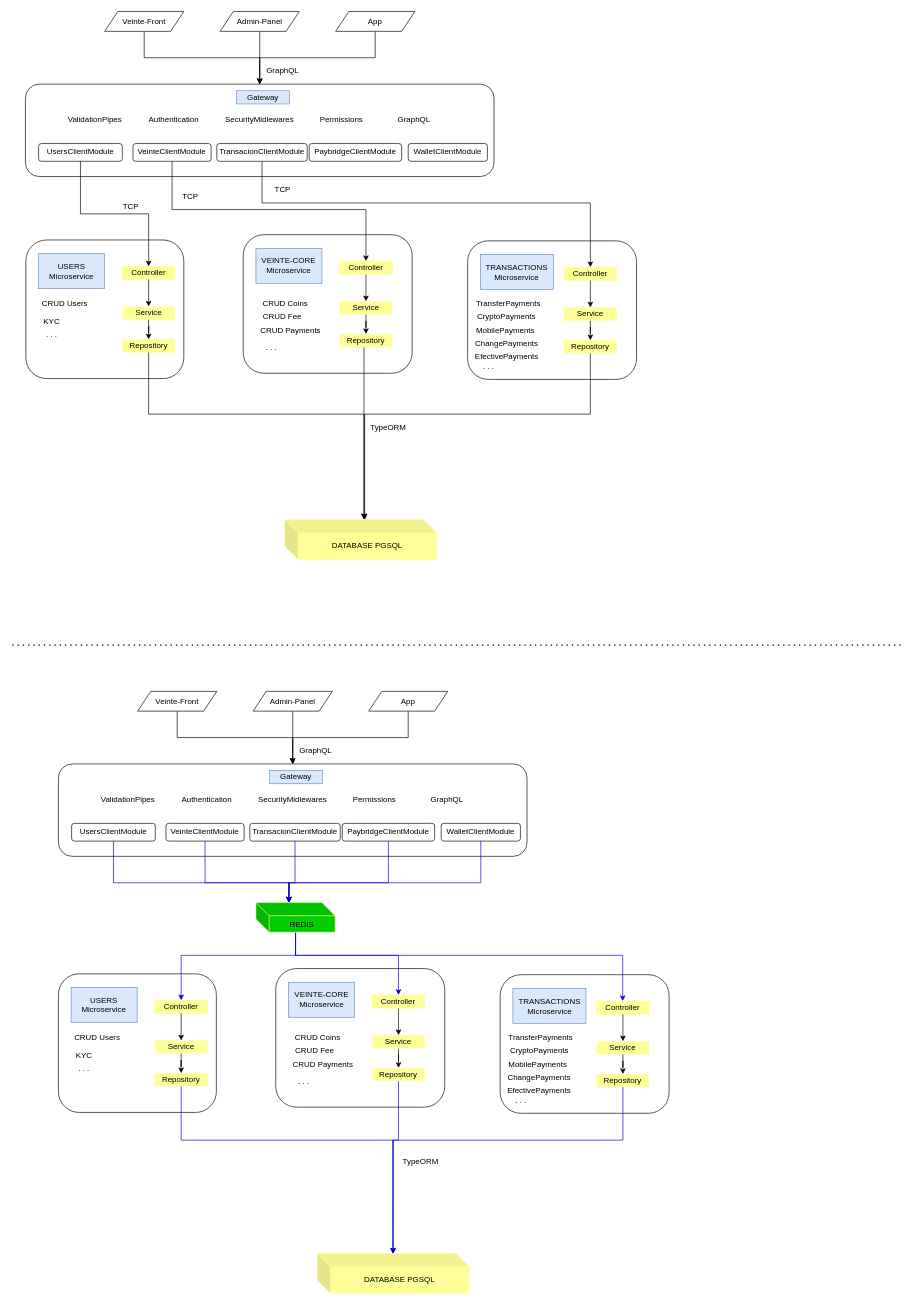
Earlier version of the draw.io diagram CoreService.drawio (rafaelgamezdiaz/diagrams). Source tidied: cells renumbered, new cells numbered last; positions are measured from the earlier drawing's top-left corner, leaving out a move shared by most shapes. Both pictures are drawn from the tidied source at 66%, with x=0, y=0 at pixel (12, 11).
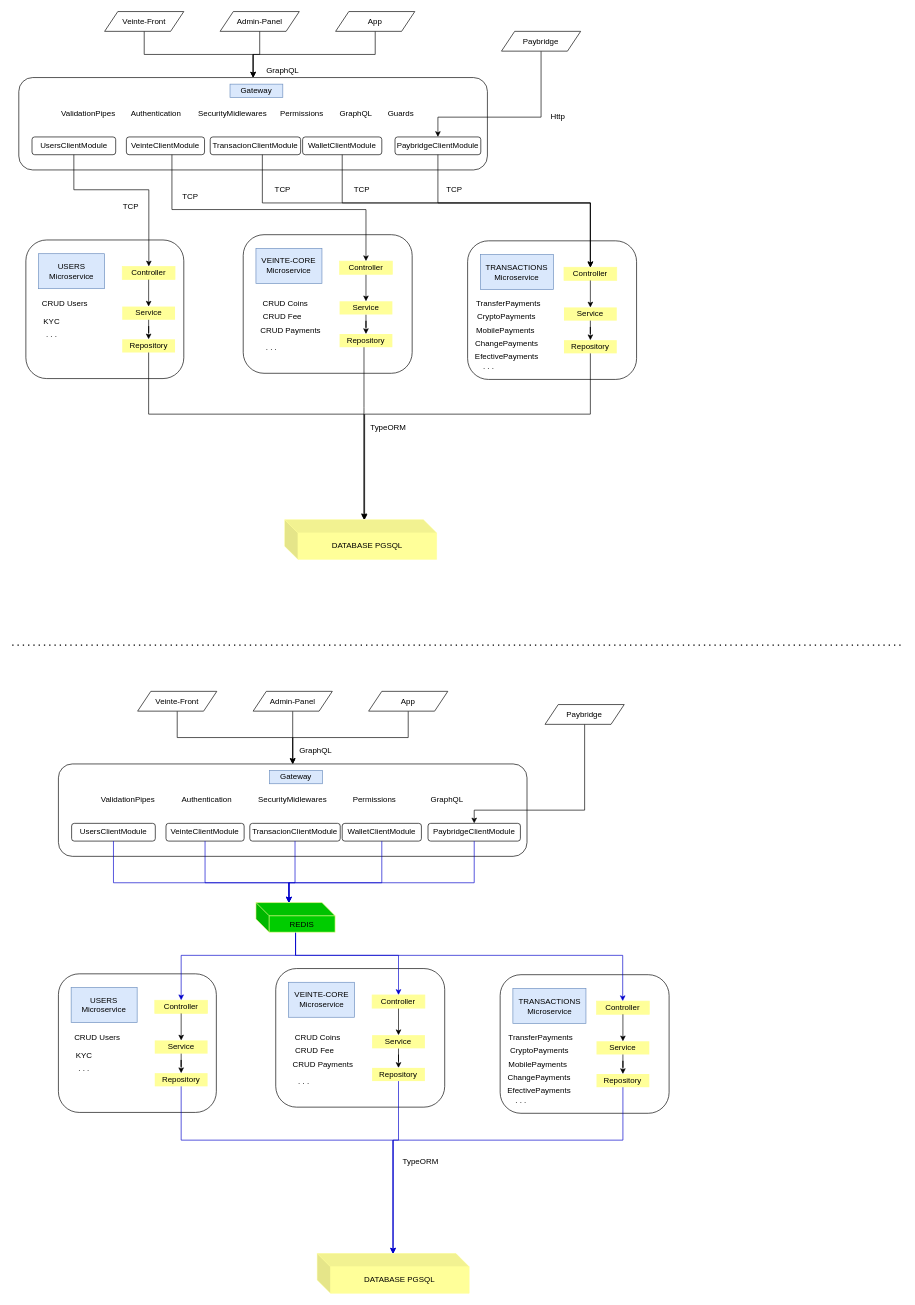
Above is the later version.

Unchanged cells that the change refers to:
```xml
<mxCell id="10" value="UsersClientModule" style="rounded=1;whiteSpace=wrap;html=1;" parent="3" vertex="1">
  <mxGeometry x="20" y="90" width="126.8" height="26.9" as="geometry" />
</mxCell>
<mxCell id="28" value="Controller" style="text;html=1;strokeColor=#FFFF99;fillColor=#FFFF99;align=center;verticalAlign=middle;whiteSpace=wrap;rounded=0;" parent="1" vertex="1">
  <mxGeometry x="166.7" y="386.1" width="80" height="20" as="geometry" />
</mxCell>
<mxCell id="54" value="Controller" style="text;html=1;strokeColor=#FFFF99;fillColor=#FFFF99;align=center;verticalAlign=middle;whiteSpace=wrap;rounded=0;" parent="1" vertex="1">
  <mxGeometry x="836" y="387.4" width="80" height="20" as="geometry" />
</mxCell>
<mxCell id="72" style="group;" parent="1" vertex="1">
  <mxGeometry x="70" y="1140" width="710" height="170" as="geometry" />
</mxCell>
<mxCell id="135" value="REDIS" style="shape=cube;whiteSpace=wrap;html=1;boundedLbl=1;backgroundOutline=1;darkOpacity=0.05;darkOpacity2=0.1;strokeColor=#FFFF99;fillColor=#00CC00;" parent="1" vertex="1">
  <mxGeometry x="369.3" y="1350" width="120" height="45" as="geometry" />
</mxCell>
```

Diff of the diagram source:
```diff
@@
     <mxCell id="3" style="group;" parent="1" vertex="1">
-      <mxGeometry x="20" y="110" width="710" height="170" as="geometry" />
+      <mxGeometry x="10" y="100" width="710" height="180" as="geometry" />
     </mxCell>
@@
     <mxCell id="7" value="Permissions" style="text;html=1;strokeColor=none;fillColor=none;align=center;verticalAlign=middle;whiteSpace=wrap;rounded=0;" parent="3" vertex="1">
-      <mxGeometry x="440" y="44.4" width="78.3" height="20" as="geometry" />
+      <mxGeometry x="390" y="44.4" width="78.3" height="20" as="geometry" />
     </mxCell>
     <mxCell id="8" value="Authentication" style="text;html=1;strokeColor=none;fillColor=none;align=center;verticalAlign=middle;whiteSpace=wrap;rounded=0;" parent="3" vertex="1">
-      <mxGeometry x="180" y="44.4" width="90" height="20" as="geometry" />
+      <mxGeometry x="163" y="44.4" width="90" height="20" as="geometry" />
     </mxCell>
     <mxCell id="9" value="SecurityMidlewares" style="text;html=1;strokeColor=none;fillColor=none;align=center;verticalAlign=middle;whiteSpace=wrap;rounded=0;" parent="3" vertex="1">
-      <mxGeometry x="295" y="44.4" width="120" height="20" as="geometry" />
+      <mxGeometry x="264" y="44.4" width="120" height="20" as="geometry" />
     </mxCell>
@@
     <mxCell id="12" value="PaybridgeClientModule" style="rounded=1;whiteSpace=wrap;html=1;" parent="3" vertex="1">
-      <mxGeometry x="430" y="90" width="140" height="26.9" as="geometry" />
+      <mxGeometry x="570" y="90" width="130" height="26.9" as="geometry" />
     </mxCell>
     <mxCell id="13" value="WalletClientModule" style="rounded=1;whiteSpace=wrap;html=1;" parent="3" vertex="1">
-      <mxGeometry x="580" y="90" width="120" height="26.9" as="geometry" />
+      <mxGeometry x="430" y="90" width="120" height="26.9" as="geometry" />
     </mxCell>
     <mxCell id="14" value="GraphQL" style="text;html=1;strokeColor=none;fillColor=none;align=center;verticalAlign=middle;whiteSpace=wrap;rounded=0;" parent="3" vertex="1">
-      <mxGeometry x="550" y="44.4" width="78.3" height="20" as="geometry" />
+      <mxGeometry x="471.7" y="44.4" width="78.3" height="20" as="geometry" />
     </mxCell>
@@
-    <mxCell id="16" value="TCP" style="text;html=1;strokeColor=none;fillColor=none;align=center;verticalAlign=middle;whiteSpace=wrap;rounded=0;" parent="3" vertex="1">
-      <mxGeometry x="370" y="150" width="40" height="20" as="geometry" />
-    </mxCell>
+    <mxCell id="144" value="Guards" style="text;html=1;strokeColor=none;fillColor=none;align=center;verticalAlign=middle;whiteSpace=wrap;rounded=0;" parent="3" vertex="1">
+      <mxGeometry x="540" y="44.4" width="78.3" height="20" as="geometry" />
+    </mxCell>
+    <mxCell id="145" value="TCP" style="text;html=1;strokeColor=none;fillColor=none;align=center;verticalAlign=middle;whiteSpace=wrap;rounded=0;" parent="3" vertex="1">
+      <mxGeometry x="380" y="160" width="40" height="20" as="geometry" />
+    </mxCell>
+    <mxCell id="146" value="TCP" style="text;html=1;strokeColor=none;fillColor=none;align=center;verticalAlign=middle;whiteSpace=wrap;rounded=0;" parent="3" vertex="1">
+      <mxGeometry x="500" y="160" width="40" height="20" as="geometry" />
+    </mxCell>
@@
     <mxCell id="32" style="edgeStyle=orthogonalEdgeStyle;rounded=0;jettySize=auto;html=1;" parent="1" edge="1" source="10" target="28">
-      <mxGeometry relative="1" as="geometry" />
+      <mxGeometry relative="1" as="geometry">
+        <Array as="points">
+          <mxPoint x="93" y="270" />
+          <mxPoint x="207" y="270" />
+        </Array>
+      </mxGeometry>
     </mxCell>
@@
     <mxCell id="81" value="PaybridgeClientModule" style="rounded=1;whiteSpace=wrap;html=1;" parent="72" vertex="1">
-      <mxGeometry x="430" y="90" width="140" height="26.9" as="geometry" />
+      <mxGeometry x="560" y="90" width="140" height="26.9" as="geometry" />
     </mxCell>
     <mxCell id="82" value="WalletClientModule" style="rounded=1;whiteSpace=wrap;html=1;" parent="72" vertex="1">
-      <mxGeometry x="580" y="90" width="120" height="26.9" as="geometry" />
+      <mxGeometry x="430" y="90" width="120" height="26.9" as="geometry" />
     </mxCell>
@@
     <mxCell id="139" style="edgeStyle=orthogonalEdgeStyle;rounded=0;jettySize=auto;html=1;entryX=0;entryY=0;entryDx=50;entryDy=0;entryPerimeter=0;strokeColor=#0000CC;fillColor=#0000CC;" parent="1" edge="1" source="81" target="135">
       <mxGeometry relative="1" as="geometry">
         <Array as="points">
-          <mxPoint x="570" y="1320" />
+          <mxPoint x="700" y="1320" />
           <mxPoint x="419" y="1320" />
         </Array>
       </mxGeometry>
     </mxCell>
     <mxCell id="140" style="edgeStyle=orthogonalEdgeStyle;rounded=0;jettySize=auto;html=1;entryX=0;entryY=0;entryDx=50;entryDy=0;entryPerimeter=0;strokeColor=#0000CC;fillColor=#0000CC;" parent="1" edge="1" source="82" target="135">
       <mxGeometry relative="1" as="geometry">
         <Array as="points">
-          <mxPoint x="710" y="1320" />
+          <mxPoint x="560" y="1320" />
           <mxPoint x="419" y="1320" />
         </Array>
       </mxGeometry>
     </mxCell>
@@
+    <mxCell id="147" style="edgeStyle=orthogonalEdgeStyle;rounded=0;jettySize=auto;html=1;" parent="1" edge="1" source="148" target="12">
+      <mxGeometry relative="1" as="geometry">
+        <Array as="points">
+          <mxPoint x="801" y="160" />
+          <mxPoint x="645" y="160" />
+        </Array>
+      </mxGeometry>
+    </mxCell>
+    <mxCell id="148" value="Paybridge" style="shape=parallelogram;perimeter=parallelogramPerimeter;whiteSpace=wrap;html=1;fixedSize=1;" parent="1" vertex="1">
+      <mxGeometry x="741.3" y="30" width="120" height="30" as="geometry" />
+    </mxCell>
+    <mxCell id="149" value="Http" style="text;html=1;strokeColor=none;fillColor=none;align=center;verticalAlign=middle;whiteSpace=wrap;rounded=0;" parent="1" vertex="1">
+      <mxGeometry x="807" y="150" width="40" height="20" as="geometry" />
+    </mxCell>
+    <mxCell id="150" style="edgeStyle=orthogonalEdgeStyle;rounded=0;jettySize=auto;html=1;entryX=0.5;entryY=0;entryDx=0;entryDy=0;" parent="1" edge="1" source="12" target="54">
+      <mxGeometry relative="1" as="geometry">
+        <Array as="points">
+          <mxPoint x="645" y="290" />
+          <mxPoint x="876" y="290" />
+        </Array>
+      </mxGeometry>
+    </mxCell>
+    <mxCell id="16" value="TCP" style="text;html=1;strokeColor=none;fillColor=none;align=center;verticalAlign=middle;whiteSpace=wrap;rounded=0;" parent="1" vertex="1">
+      <mxGeometry x="650" y="260" width="40" height="20" as="geometry" />
+    </mxCell>
+    <mxCell id="151" style="edgeStyle=orthogonalEdgeStyle;rounded=0;jettySize=auto;html=1;entryX=0.5;entryY=0;entryDx=0;entryDy=0;" parent="1" edge="1" source="13" target="54">
+      <mxGeometry relative="1" as="geometry">
+        <Array as="points">
+          <mxPoint x="500" y="290" />
+          <mxPoint x="876" y="290" />
+        </Array>
+      </mxGeometry>
+    </mxCell>
+    <mxCell id="152" style="edgeStyle=orthogonalEdgeStyle;rounded=0;jettySize=auto;html=1;" parent="1" edge="1" source="153" target="81">
+      <mxGeometry relative="1" as="geometry">
+        <Array as="points">
+          <mxPoint x="867" y="1210" />
+          <mxPoint x="700" y="1210" />
+        </Array>
+      </mxGeometry>
+    </mxCell>
+    <mxCell id="153" value="Paybridge" style="shape=parallelogram;perimeter=parallelogramPerimeter;whiteSpace=wrap;html=1;fixedSize=1;" parent="1" vertex="1">
+      <mxGeometry x="807.3" y="1050" width="120" height="30" as="geometry" />
+    </mxCell>
```
